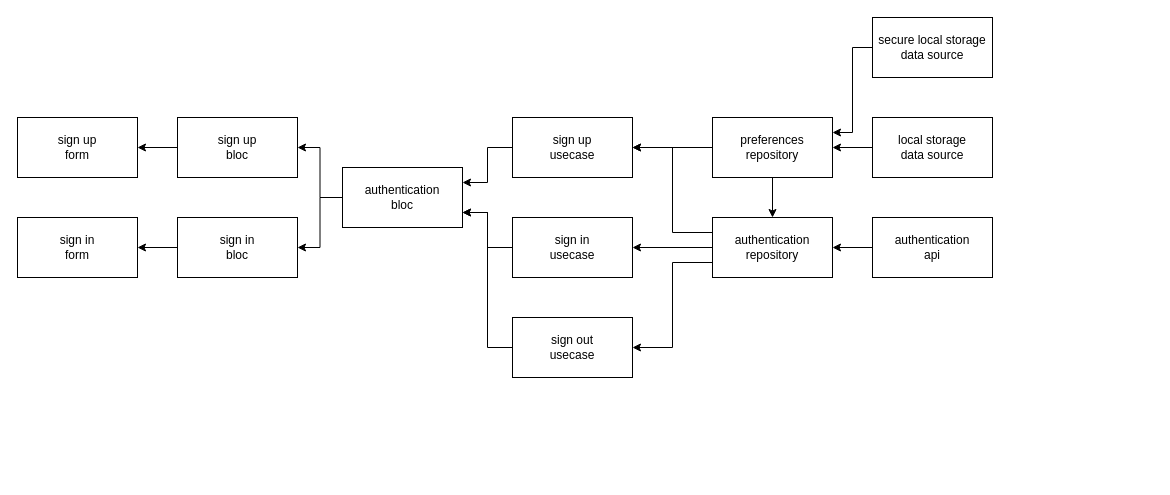
Earlier version of the draw.io diagram app_diagram.drawio (tehort/clean_architecture_template_application). Source tidied: cells renumbered, new cells numbered last; positions are measured from the earlier drawing's top-left corner, leaving out a move shared by most shapes. Both pictures are drawn from the tidied source at 100%, with x=0, y=0 at pixel (17, 17).
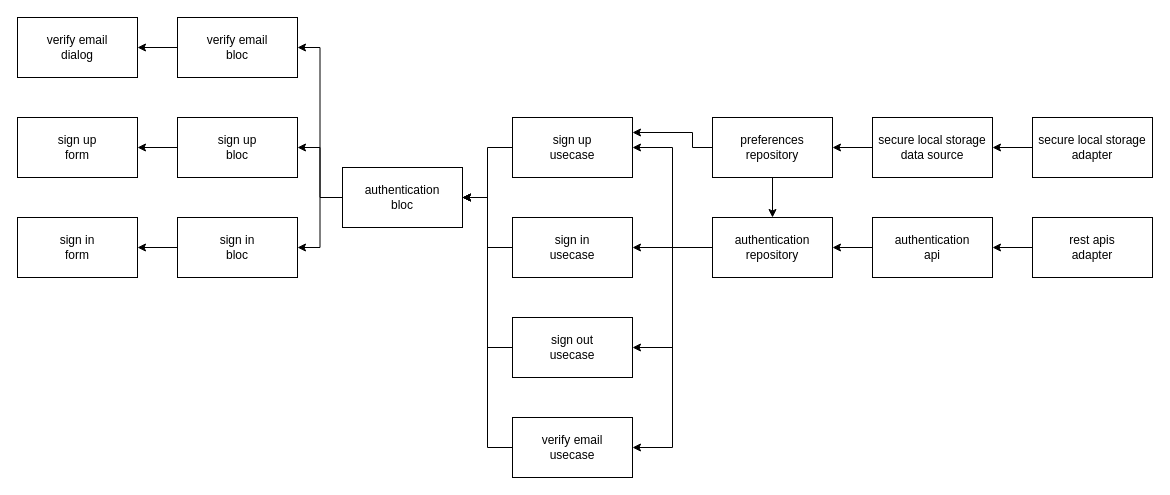
The same diagram, later.

The change refers to these unchanged cells:
```xml
<mxCell id="3" value="sign in &lt;br&gt;usecase" style="whiteSpace=wrap;html=1;" parent="1" vertex="1">
  <mxGeometry x="495" y="200" width="120" height="60" as="geometry" />
</mxCell>
<mxCell id="6" value="preferences&lt;br&gt;repository" style="whiteSpace=wrap;html=1;" parent="1" vertex="1">
  <mxGeometry x="695" y="100" width="120" height="60" as="geometry" />
</mxCell>
<mxCell id="10" value="authentication repository" style="whiteSpace=wrap;html=1;" parent="1" vertex="1">
  <mxGeometry x="695" y="200" width="120" height="60" as="geometry" />
</mxCell>
<mxCell id="16" value="authentication&lt;br&gt;api" style="whiteSpace=wrap;html=1;" parent="1" vertex="1">
  <mxGeometry x="855" y="200" width="120" height="60" as="geometry" />
</mxCell>
<mxCell id="21" value="sign up&lt;br&gt;usecase" style="whiteSpace=wrap;html=1;" parent="1" vertex="1">
  <mxGeometry x="495" y="100" width="120" height="60" as="geometry" />
</mxCell>
<mxCell id="27" value="authentication&lt;br&gt;bloc" style="whiteSpace=wrap;html=1;" parent="1" vertex="1">
  <mxGeometry x="325" y="150" width="120" height="60" as="geometry" />
</mxCell>
<mxCell id="29" value="sign out&lt;br&gt;usecase" style="whiteSpace=wrap;html=1;" parent="1" vertex="1">
  <mxGeometry x="495" y="300" width="120" height="60" as="geometry" />
</mxCell>
```

Change to the diagram source:
```diff
@@
-    <mxCell id="2" style="edgeStyle=orthogonalEdgeStyle;rounded=0;jettySize=auto;html=1;exitX=0;exitY=0.5;exitDx=0;exitDy=0;entryX=1;entryY=0.75;entryDx=0;entryDy=0;" parent="1" edge="1" source="3" target="27">
+    <mxCell id="2" style="edgeStyle=orthogonalEdgeStyle;rounded=0;jettySize=auto;html=1;exitX=0;exitY=0.5;exitDx=0;exitDy=0;entryX=1;entryY=0.5;entryDx=0;entryDy=0;" parent="1" edge="1" source="3" target="27">
       <mxGeometry relative="1" as="geometry" />
     </mxCell>
@@
-    <mxCell id="5" style="edgeStyle=orthogonalEdgeStyle;rounded=0;jettySize=auto;html=1;exitX=0;exitY=0.5;exitDx=0;exitDy=0;entryX=1;entryY=0.5;entryDx=0;entryDy=0;" parent="1" edge="1" source="6" target="21">
-      <mxGeometry relative="1" as="geometry" />
+    <mxCell id="5" style="edgeStyle=orthogonalEdgeStyle;rounded=0;jettySize=auto;html=1;exitX=0;exitY=0.5;exitDx=0;exitDy=0;entryX=1;entryY=0.25;entryDx=0;entryDy=0;" parent="1" edge="1" source="6" target="21">
+      <mxGeometry relative="1" as="geometry">
+        <Array as="points">
+          <mxPoint x="675" y="130" />
+          <mxPoint x="675" y="115" />
+        </Array>
+      </mxGeometry>
     </mxCell>
@@
     <mxCell id="8" style="edgeStyle=orthogonalEdgeStyle;rounded=0;jettySize=auto;html=1;exitX=0;exitY=0.25;exitDx=0;exitDy=0;entryX=1;entryY=0.5;entryDx=0;entryDy=0;" parent="1" edge="1" source="10" target="21">
-      <mxGeometry relative="1" as="geometry" />
+      <mxGeometry relative="1" as="geometry">
+        <Array as="points">
+          <mxPoint x="695" y="230" />
+          <mxPoint x="655" y="230" />
+          <mxPoint x="655" y="130" />
+        </Array>
+      </mxGeometry>
     </mxCell>
     <mxCell id="9" style="edgeStyle=orthogonalEdgeStyle;rounded=0;jettySize=auto;html=1;exitX=0;exitY=0.75;exitDx=0;exitDy=0;entryX=1;entryY=0.5;entryDx=0;entryDy=0;" parent="1" edge="1" source="10" target="29">
-      <mxGeometry relative="1" as="geometry" />
+      <mxGeometry relative="1" as="geometry">
+        <Array as="points">
+          <mxPoint x="695" y="230" />
+          <mxPoint x="655" y="230" />
+          <mxPoint x="655" y="330" />
+        </Array>
+      </mxGeometry>
     </mxCell>
+    <mxCell id="30" style="edgeStyle=orthogonalEdgeStyle;rounded=0;jettySize=auto;html=1;exitX=0;exitY=1;exitDx=0;exitDy=0;entryX=1;entryY=0.5;entryDx=0;entryDy=0;" parent="1" edge="1" source="10" target="33">
+      <mxGeometry relative="1" as="geometry">
+        <Array as="points">
+          <mxPoint x="695" y="230" />
+          <mxPoint x="655" y="230" />
+          <mxPoint x="655" y="430" />
+        </Array>
+      </mxGeometry>
+    </mxCell>
@@
-    <mxCell id="11" style="edgeStyle=orthogonalEdgeStyle;rounded=0;jettySize=auto;html=1;exitX=0;exitY=0.5;exitDx=0;exitDy=0;entryX=1;entryY=0.25;entryDx=0;entryDy=0;" parent="1" edge="1" source="12" target="6">
+    <mxCell id="11" style="edgeStyle=orthogonalEdgeStyle;rounded=0;jettySize=auto;html=1;exitX=0;exitY=0.5;exitDx=0;exitDy=0;" parent="1" edge="1" source="12" target="6">
       <mxGeometry relative="1" as="geometry" />
     </mxCell>
     <mxCell id="12" value="secure local storage&lt;br&gt;data source" style="whiteSpace=wrap;html=1;" parent="1" vertex="1">
-      <mxGeometry x="855" width="120" height="60" as="geometry" />
+      <mxGeometry x="855" y="100" width="120" height="60" as="geometry" />
     </mxCell>
-    <mxCell id="13" style="edgeStyle=orthogonalEdgeStyle;rounded=0;jettySize=auto;html=1;exitX=0;exitY=0.5;exitDx=0;exitDy=0;" parent="1" edge="1" source="14" target="6">
-      <mxGeometry relative="1" as="geometry" />
-    </mxCell>
-    <mxCell id="14" value="local storage&lt;br&gt;data source" style="whiteSpace=wrap;html=1;" parent="1" vertex="1">
-      <mxGeometry x="855" y="100" width="120" height="60" as="geometry" />
-    </mxCell>
@@
-    <mxCell id="20" style="edgeStyle=orthogonalEdgeStyle;rounded=0;jettySize=auto;html=1;exitX=0;exitY=0.5;exitDx=0;exitDy=0;entryX=1;entryY=0.25;entryDx=0;entryDy=0;" parent="1" edge="1" source="21" target="27">
+    <mxCell id="20" style="edgeStyle=orthogonalEdgeStyle;rounded=0;jettySize=auto;html=1;exitX=0;exitY=0.5;exitDx=0;exitDy=0;entryX=1;entryY=0.5;entryDx=0;entryDy=0;" parent="1" edge="1" source="21" target="27">
       <mxGeometry relative="1" as="geometry" />
     </mxCell>
@@
+    <mxCell id="31" style="edgeStyle=orthogonalEdgeStyle;rounded=0;jettySize=auto;html=1;exitX=0;exitY=0.5;exitDx=0;exitDy=0;entryX=1;entryY=0.5;entryDx=0;entryDy=0;" parent="1" edge="1" source="27" target="39">
+      <mxGeometry relative="1" as="geometry" />
+    </mxCell>
@@
-    <mxCell id="28" style="edgeStyle=orthogonalEdgeStyle;rounded=0;jettySize=auto;html=1;exitX=0;exitY=0.5;exitDx=0;exitDy=0;entryX=1;entryY=0.75;entryDx=0;entryDy=0;" parent="1" edge="1" source="29" target="27">
+    <mxCell id="28" style="edgeStyle=orthogonalEdgeStyle;rounded=0;jettySize=auto;html=1;exitX=0;exitY=0.5;exitDx=0;exitDy=0;entryX=1;entryY=0.5;entryDx=0;entryDy=0;" parent="1" edge="1" source="29" target="27">
       <mxGeometry relative="1" as="geometry" />
     </mxCell>
@@
+    <mxCell id="32" style="edgeStyle=orthogonalEdgeStyle;rounded=0;jettySize=auto;html=1;exitX=0;exitY=0.5;exitDx=0;exitDy=0;entryX=1;entryY=0.5;entryDx=0;entryDy=0;" parent="1" edge="1" source="33" target="27">
+      <mxGeometry relative="1" as="geometry" />
+    </mxCell>
+    <mxCell id="33" value="verify email&lt;br&gt;usecase" style="whiteSpace=wrap;html=1;" parent="1" vertex="1">
+      <mxGeometry x="495" y="400" width="120" height="60" as="geometry" />
+    </mxCell>
+    <mxCell id="34" style="edgeStyle=orthogonalEdgeStyle;rounded=0;jettySize=auto;html=1;exitX=0;exitY=0.5;exitDx=0;exitDy=0;" parent="1" edge="1" source="35" target="12">
+      <mxGeometry relative="1" as="geometry" />
+    </mxCell>
+    <mxCell id="35" value="secure local storage&lt;br&gt;adapter" style="whiteSpace=wrap;html=1;" parent="1" vertex="1">
+      <mxGeometry x="1015" y="100" width="120" height="60" as="geometry" />
+    </mxCell>
+    <mxCell id="36" style="edgeStyle=orthogonalEdgeStyle;rounded=0;jettySize=auto;html=1;exitX=0;exitY=0.5;exitDx=0;exitDy=0;" parent="1" edge="1" source="37" target="16">
+      <mxGeometry relative="1" as="geometry" />
+    </mxCell>
+    <mxCell id="37" value="rest apis&lt;br&gt;adapter" style="whiteSpace=wrap;html=1;" parent="1" vertex="1">
+      <mxGeometry x="1015" y="200" width="120" height="60" as="geometry" />
+    </mxCell>
+    <mxCell id="38" style="edgeStyle=orthogonalEdgeStyle;rounded=0;jettySize=auto;html=1;exitX=0;exitY=0.5;exitDx=0;exitDy=0;" parent="1" edge="1" source="39" target="40">
+      <mxGeometry relative="1" as="geometry" />
+    </mxCell>
+    <mxCell id="39" value="verify email&lt;br&gt;bloc" style="whiteSpace=wrap;html=1;" parent="1" vertex="1">
+      <mxGeometry x="160" width="120" height="60" as="geometry" />
+    </mxCell>
+    <mxCell id="40" value="verify email&lt;br&gt;dialog" style="whiteSpace=wrap;html=1;" parent="1" vertex="1">
+      <mxGeometry width="120" height="60" as="geometry" />
+    </mxCell>
```
